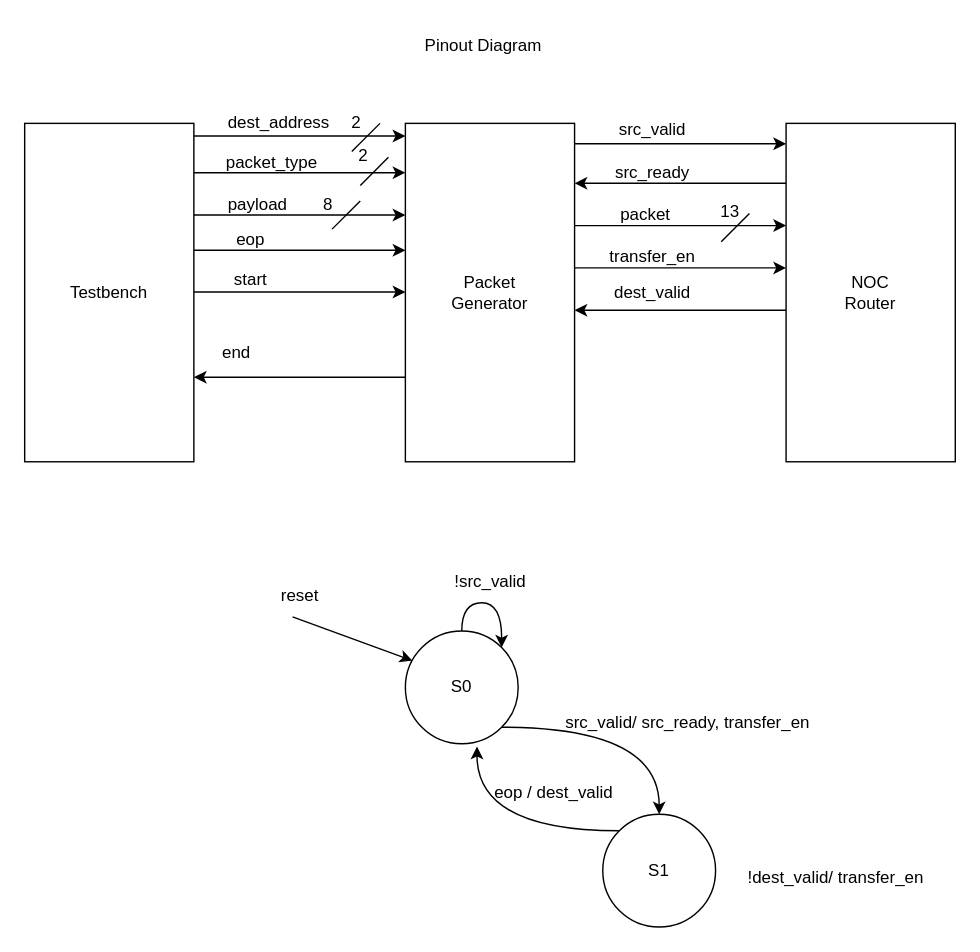
This is page "Page-1" (1 of 2) of Nasir/Network-On-Chip_design.drawio from mnasirEE/DD-Xce-sv-task, a draw.io file, before an edit. Source tidied: cells renumbered, new cells numbered last; positions are measured from the earlier drawing's top-left corner, leaving out a move shared by most shapes. Both pictures are drawn from the tidied source at 141%, with x=0, y=0 at pixel (24, 24).
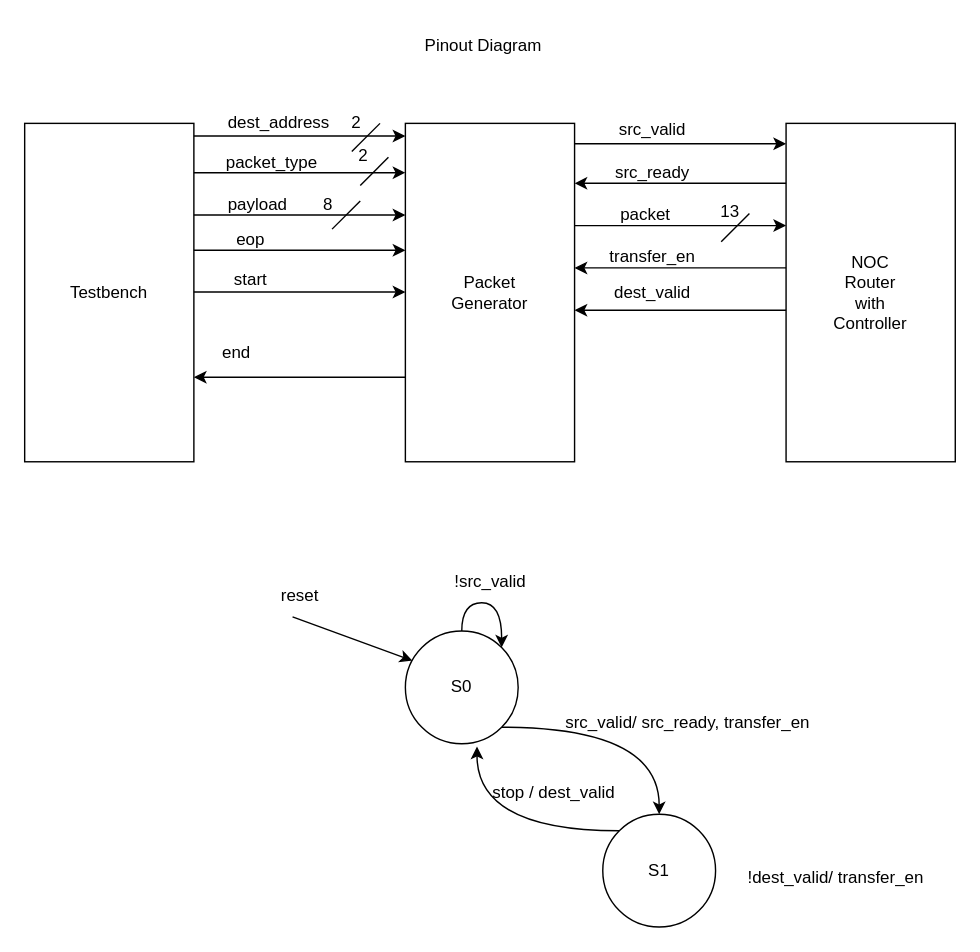
The same diagram, later.

Change to the diagram source:
```diff
@@
-    <mxCell id="5" value="&lt;div&gt;NOC&lt;br&gt;Router&lt;br&gt;&lt;/div&gt;" style="rounded=0;whiteSpace=wrap;html=1;" parent="1" vertex="1">
+    <mxCell id="5" value="&lt;div&gt;NOC&lt;br&gt;Router&lt;br&gt;with &lt;br&gt;Controller &lt;br&gt;&lt;/div&gt;" style="rounded=0;whiteSpace=wrap;html=1;" parent="1" vertex="1">
       <mxGeometry x="540" y="70" width="120" height="240" as="geometry" />
     </mxCell>
@@
     <mxCell id="18" style="edgeStyle=none;orthogonalLoop=1;jettySize=auto;html=1;rounded=0;" parent="1" edge="1">
       <mxGeometry relative="1" as="geometry">
-        <mxPoint x="390" y="172.5" as="sourcePoint" />
-        <mxPoint x="540" y="172.5" as="targetPoint" />
+        <mxPoint x="540" y="172.5" as="sourcePoint" />
+        <mxPoint x="390" y="172.5" as="targetPoint" />
       </mxGeometry>
     </mxCell>
@@
-    <mxCell id="45" value="eop / dest_valid" style="text;html=1;align=center;verticalAlign=middle;strokeColor=none;fillColor=none;" parent="1" vertex="1">
+    <mxCell id="45" value="stop / dest_valid" style="text;html=1;align=center;verticalAlign=middle;strokeColor=none;fillColor=none;" parent="1" vertex="1">
       <mxGeometry x="320" y="530" width="110" height="30" as="geometry" />
     </mxCell>
```
